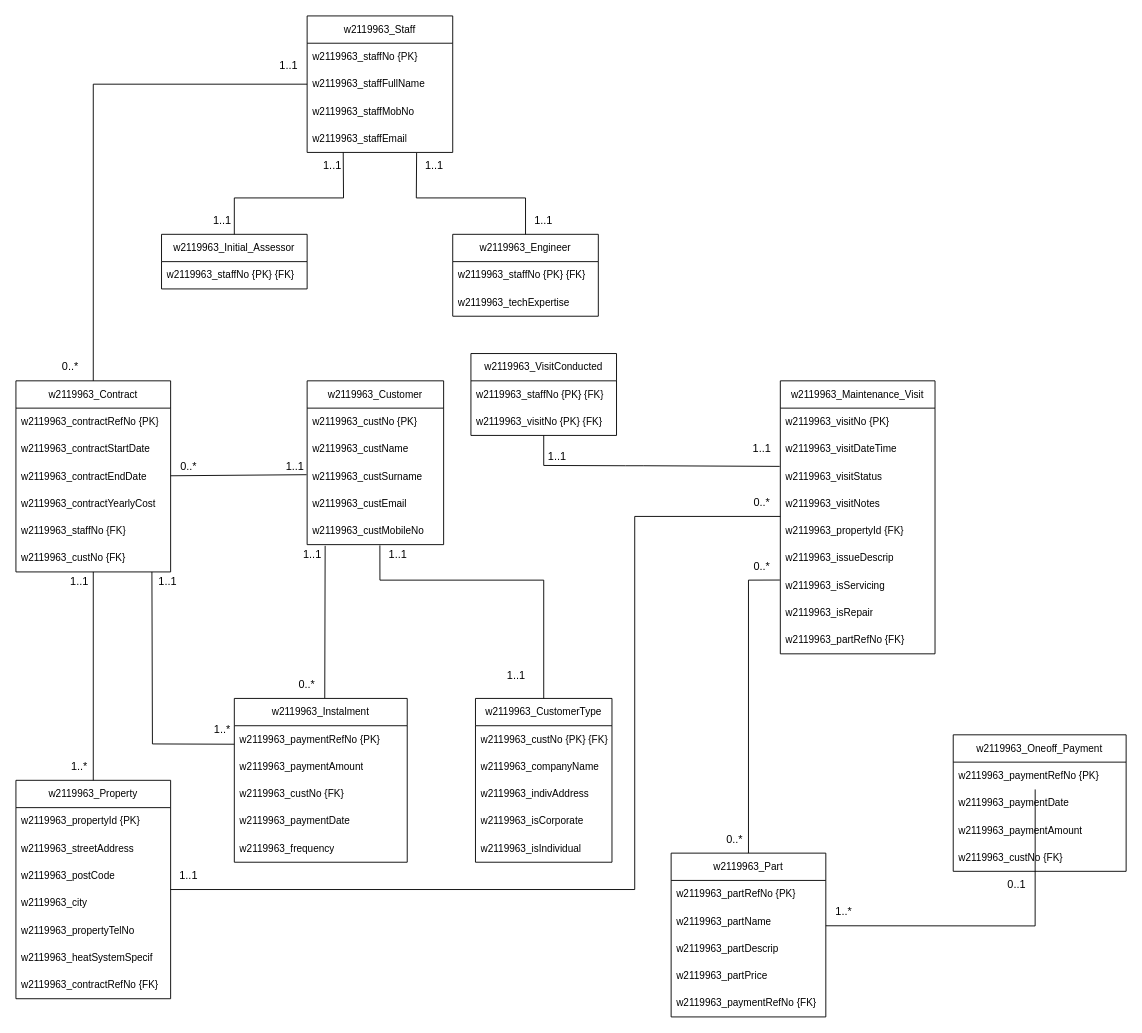
This is page "diagram_layout" (2 of 2) of DB_CW_Part_B_Logical_EERD.drawio from Anuja-jayasinghe/DrawIo_Projects, a draw.io file, before an edit. Source tidied: cells renumbered, new cells numbered last; positions are measured from the earlier drawing's top-left corner, leaving out a move shared by most shapes. Both pictures are drawn from the tidied source at 91%, with x=0, y=0 at pixel (15, 15).
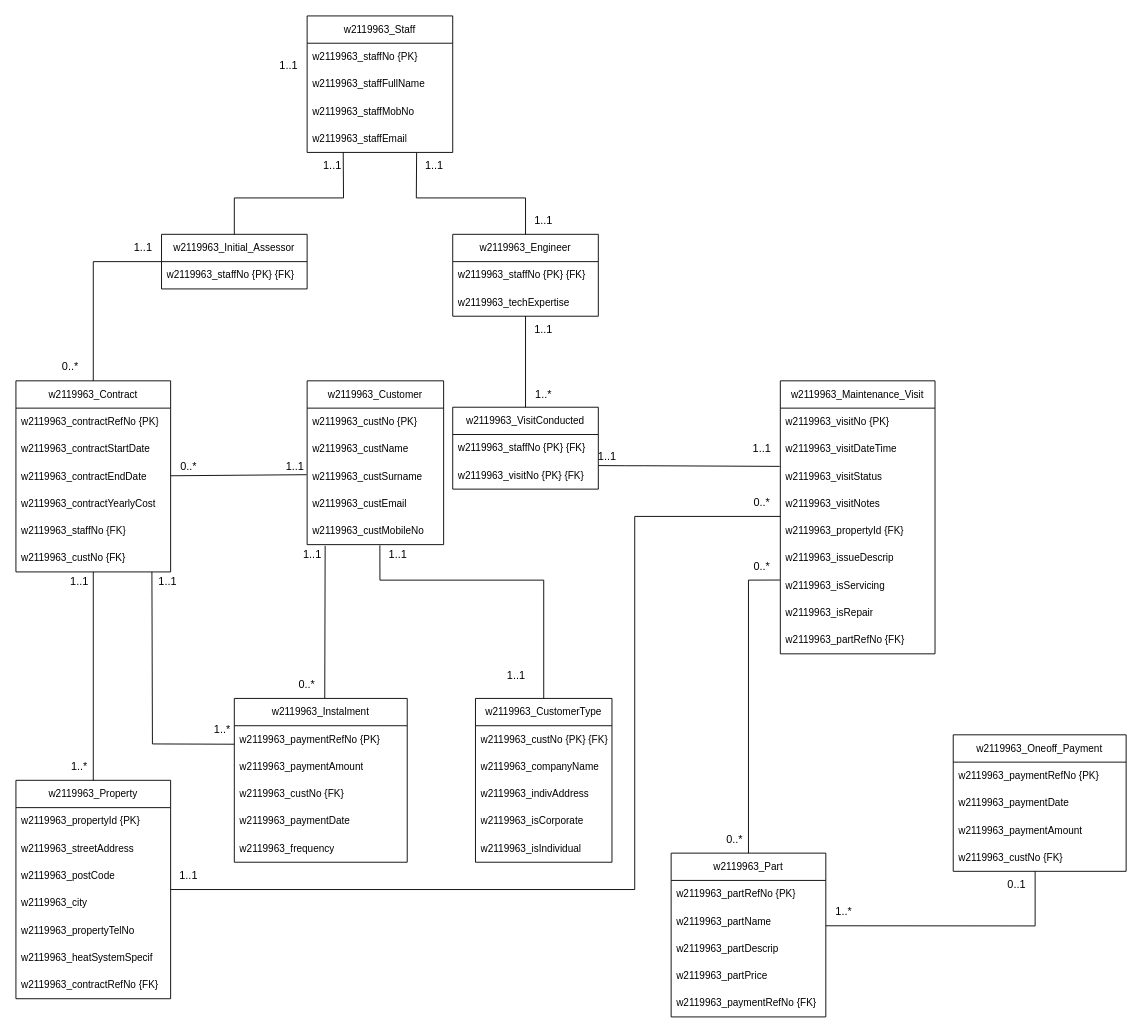
The same page after the edit.

Unchanged cells that the change refers to:
```xml
<mxCell id="2" value="w2119963_Staff" style="swimlane;fontStyle=0;horizontal=1;startSize=30;whiteSpace=wrap;html=1;fontSize=11;" parent="1" vertex="1">
  <mxGeometry x="320" width="160" height="150" as="geometry" />
</mxCell>
<mxCell id="7" value="w2119963_Engineer" style="swimlane;fontStyle=0;horizontal=1;startSize=30;whiteSpace=wrap;html=1;fontSize=11;" parent="1" vertex="1">
  <mxGeometry x="480" y="240" width="160" height="90" as="geometry" />
</mxCell>
<mxCell id="10" value="w2119963_Initial_Assessor" style="swimlane;fontStyle=0;horizontal=1;startSize=30;whiteSpace=wrap;html=1;fontSize=11;" parent="1" vertex="1">
  <mxGeometry x="160" y="240" width="160" height="60" as="geometry" />
</mxCell>
<mxCell id="24" value="w2119963_Contract" style="swimlane;fontStyle=0;horizontal=1;startSize=30;whiteSpace=wrap;html=1;fontSize=11;" parent="1" vertex="1">
  <mxGeometry y="401" width="170" height="210" as="geometry" />
</mxCell>
<mxCell id="51" value="&lt;span style=&quot;text-align: center;&quot;&gt;w2119963_partName&lt;/span&gt;" style="text;strokeColor=none;fillColor=none;align=left;verticalAlign=middle;spacingLeft=4;spacingRight=4;overflow=hidden;points=[[0,0.5],[1,0.5]];portConstraint=eastwest;whiteSpace=wrap;html=1;fontSize=11;" parent="49" vertex="1">
  <mxGeometry y="60" width="170" height="30" as="geometry" />
</mxCell>
<mxCell id="56" value="&lt;span style=&quot;text-align: center;&quot;&gt;w2119963_paymentRefNo {PK}&lt;/span&gt;" style="text;strokeColor=none;fillColor=none;align=left;verticalAlign=middle;spacingLeft=4;spacingRight=4;overflow=hidden;points=[[0,0.5],[1,0.5]];portConstraint=eastwest;whiteSpace=wrap;html=1;fontSize=11;" parent="55" vertex="1">
  <mxGeometry y="30" width="190" height="30" as="geometry" />
</mxCell>
<mxCell id="97" value="&lt;div style=&quot;text-align: center;&quot;&gt;&lt;span style=&quot;background-color: transparent;&quot;&gt;w2119963_visitNo {PK} {FK}&lt;/span&gt;&lt;/div&gt;" style="text;strokeColor=none;fillColor=none;align=left;verticalAlign=middle;spacingLeft=4;spacingRight=4;overflow=hidden;points=[[0,0.5],[1,0.5]];portConstraint=eastwest;whiteSpace=wrap;html=1;fontSize=11;" parent="95" vertex="1">
  <mxGeometry y="60" width="160" height="30" as="geometry" />
</mxCell>
```

What changed in the source:
```diff
@@
-    <mxCell id="68" style="endArrow=none;html=1;rounded=0;" parent="1" edge="1" source="24" target="2">
+    <mxCell id="68" style="endArrow=none;html=1;rounded=0;" parent="1" edge="1" source="24" target="10">
       <mxGeometry relative="1" as="geometry">
         <Array as="points">
-          <mxPoint x="85" y="75" />
+          <mxPoint x="85" y="270" />
         </Array>
       </mxGeometry>
     </mxCell>
@@
     <mxCell id="70" value="1..1" style="text;html=1;whiteSpace=wrap;strokeColor=none;fillColor=none;align=center;verticalAlign=middle;rounded=0;" parent="1" vertex="1">
-      <mxGeometry x="197" y="210" width="60" height="30" as="geometry" />
+      <mxGeometry x="110" y="240" width="60" height="30" as="geometry" />
     </mxCell>
@@
-    <mxCell id="83" style="endArrow=none;html=1;rounded=0;exitX=-0.004;exitY=0.324;exitDx=0;exitDy=0;exitPerimeter=0;" parent="1" edge="1" target="95">
+    <mxCell id="83" style="endArrow=none;html=1;rounded=0;exitX=-0.004;exitY=0.324;exitDx=0;exitDy=0;exitPerimeter=0;entryX=1.001;entryY=0.138;entryDx=0;entryDy=0;entryPerimeter=0;" parent="1" edge="1" target="97">
       <mxGeometry relative="1" as="geometry">
         <mxPoint x="839.3" y="495" as="sourcePoint" />
         <Array as="points">
           <mxPoint x="690" y="494.3" />
           <mxPoint x="670" y="494.3" />
-          <mxPoint x="580" y="494" />
         </Array>
       </mxGeometry>
     </mxCell>
@@
     <mxCell id="87" value="1..1" style="text;html=1;whiteSpace=wrap;strokeColor=none;fillColor=none;align=center;verticalAlign=middle;rounded=0;" parent="1" vertex="1">
-      <mxGeometry x="565" y="470" width="60" height="30" as="geometry" />
+      <mxGeometry x="620" y="470" width="60" height="30" as="geometry" />
     </mxCell>
@@
     <mxCell id="95" value="w2119963_VisitConducted" style="swimlane;fontStyle=0;horizontal=1;startSize=30;whiteSpace=wrap;html=1;fontSize=11;" parent="1" vertex="1">
-      <mxGeometry x="500" y="371" width="160" height="90" as="geometry" />
+      <mxGeometry x="480" y="430" width="160" height="90" as="geometry" />
     </mxCell>
@@
-    <mxCell id="104" style="endArrow=none;html=1;rounded=0;entryX=0.474;entryY=1;entryDx=0;entryDy=0;entryPerimeter=0;exitX=1;exitY=0.661;exitDx=0;exitDy=0;exitPerimeter=0;" parent="1" edge="1" source="51" target="56">
+    <mxCell id="104" style="endArrow=none;html=1;rounded=0;exitX=1;exitY=0.661;exitDx=0;exitDy=0;exitPerimeter=0;" parent="1" edge="1" source="51">
       <mxGeometry relative="1" as="geometry">
+        <mxPoint x="1120" y="940" as="targetPoint" />
         <Array as="points">
           <mxPoint x="1120" y="1000" />
         </Array>
       </mxGeometry>
     </mxCell>
+    <mxCell id="105" style="endArrow=none;html=1;rounded=0;" parent="1" edge="1" source="7" target="95">
+      <mxGeometry relative="1" as="geometry" />
+    </mxCell>
+    <mxCell id="106" value="1..1" style="text;html=1;whiteSpace=wrap;strokeColor=none;fillColor=none;align=center;verticalAlign=middle;rounded=0;" parent="1" vertex="1">
+      <mxGeometry x="550" y="330" width="60" height="30" as="geometry" />
+    </mxCell>
+    <mxCell id="107" value="1..*" style="text;html=1;whiteSpace=wrap;strokeColor=none;fillColor=none;align=center;verticalAlign=middle;rounded=0;" parent="1" vertex="1">
+      <mxGeometry x="550" y="401" width="60" height="30" as="geometry" />
+    </mxCell>
```
